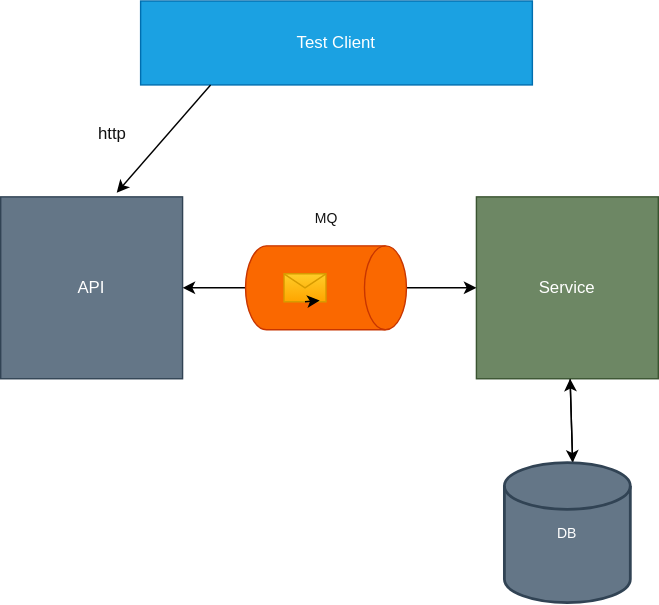
This is general-architecture.drawio.svg from Moshimane/OTAssignment, a draw.io export, as it was before one commit. Source tidied: cells renumbered, new cells last; positions are measured from the earlier drawing's top-left corner, leaving out a move shared by most shapes.
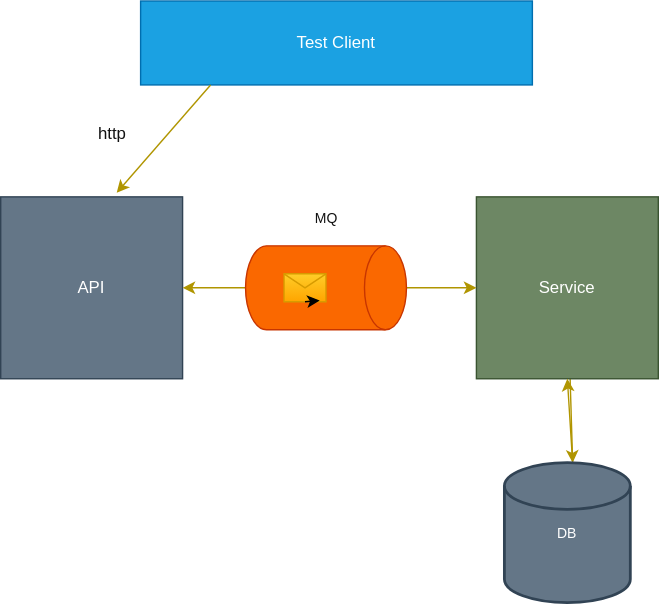
Later version of the same file.

Commit message:
update line colours

Diff of the diagram source:
```diff
@@ -8,7 +8,7 @@
     <mxCell id="3" value="API" style="whiteSpace=wrap;html=1;fillColor=#647687;strokeColor=#314354;fontColor=#ffffff;" parent="1" vertex="1">
       <mxGeometry y="140" width="130" height="130" as="geometry" />
     </mxCell>
-    <mxCell id="4" style="edgeStyle=none;html=1;fontSize=10;" parent="1" edge="1" source="5">
+    <mxCell id="4" style="edgeStyle=none;html=1;fontSize=10;fillColor=#e3c800;strokeColor=#B09500;" parent="1" edge="1" source="5">
       <mxGeometry relative="1" as="geometry">
         <mxPoint x="408.8" y="330" as="targetPoint" />
       </mxGeometry>
@@ -16,7 +16,7 @@
     <mxCell id="5" value="Service" style="whiteSpace=wrap;html=1;fillColor=#6d8764;strokeColor=#3A5431;fontColor=#ffffff;" parent="1" vertex="1">
       <mxGeometry x="340" y="140" width="130" height="130" as="geometry" />
     </mxCell>
-    <mxCell id="6" style="endArrow=classic;html=1;entryX=0.638;entryY=-0.023;entryDx=0;entryDy=0;entryPerimeter=0;" parent="1" edge="1" target="3">
+    <mxCell id="6" style="endArrow=classic;html=1;entryX=0.638;entryY=-0.023;entryDx=0;entryDy=0;entryPerimeter=0;fillColor=#e3c800;strokeColor=#B09500;" parent="1" edge="1" target="3">
       <mxGeometry relative="1" as="geometry">
         <mxPoint x="150" y="60" as="sourcePoint" />
       </mxGeometry>
@@ -24,10 +24,10 @@
     <mxCell id="7" value="http" style="text;html=1;strokeColor=none;fillColor=none;align=center;verticalAlign=middle;whiteSpace=wrap;rounded=0;fontColor=#121212;" parent="1" vertex="1">
       <mxGeometry x="50" y="80" width="60" height="30" as="geometry" />
     </mxCell>
-    <mxCell id="8" style="edgeStyle=none;html=1;" parent="1" edge="1" source="10" target="3">
+    <mxCell id="8" style="edgeStyle=none;html=1;fillColor=#e3c800;strokeColor=#B09500;" parent="1" edge="1" source="10" target="3">
       <mxGeometry relative="1" as="geometry" />
     </mxCell>
-    <mxCell id="9" style="edgeStyle=none;html=1;" parent="1" edge="1" source="10" target="5">
+    <mxCell id="9" style="edgeStyle=none;html=1;fillColor=#e3c800;strokeColor=#B09500;" parent="1" edge="1" source="10" target="5">
       <mxGeometry relative="1" as="geometry" />
     </mxCell>
     <mxCell id="10" style="shape=cylinder3;whiteSpace=wrap;html=1;boundedLbl=1;backgroundOutline=1;size=15;rotation=90;fillColor=#fa6800;strokeColor=#C73500;fontColor=#000000;" parent="1" vertex="1">
@@ -42,7 +42,7 @@
     <mxCell id="13" value="&lt;font style=&quot;font-size: 10px;&quot;&gt;MQ&lt;/font&gt;" style="text;html=1;strokeColor=none;fillColor=none;align=center;verticalAlign=middle;whiteSpace=wrap;rounded=0;fontSize=6;fontColor=#121212;" parent="1" vertex="1">
       <mxGeometry x="202.5" y="140" width="60" height="30" as="geometry" />
     </mxCell>
-    <mxCell id="14" style="edgeStyle=none;html=1;fontSize=10;" parent="1" edge="1" target="5">
+    <mxCell id="14" style="edgeStyle=none;html=1;fontSize=10;fillColor=#e3c800;strokeColor=#B09500;entryX=0.5;entryY=1;entryDx=0;entryDy=0;" parent="1" edge="1" target="5">
       <mxGeometry relative="1" as="geometry">
         <mxPoint x="408.8" y="330" as="sourcePoint" />
       </mxGeometry>
```
